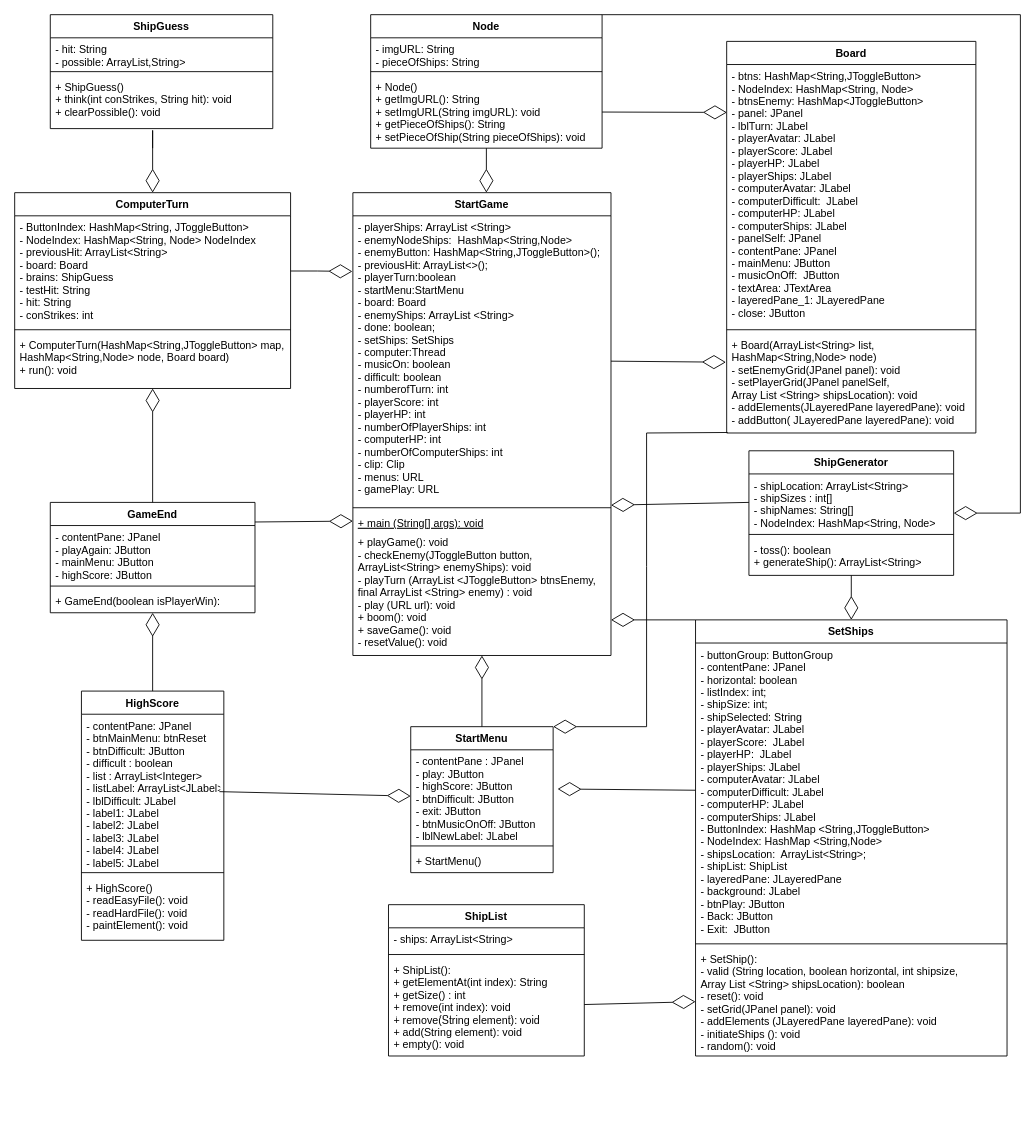
Earlier version of the draw.io diagram page "UML" (1 of 7) of Untitled Diagram.drawio (huytruengusi/Battleship-OOP). Source tidied: cells renumbered, new cells numbered last; positions are measured from the earlier drawing's top-left corner, leaving out a move shared by most shapes. Both pictures are drawn from the tidied source at 89%, with x=0, y=0 at pixel (14, 14).
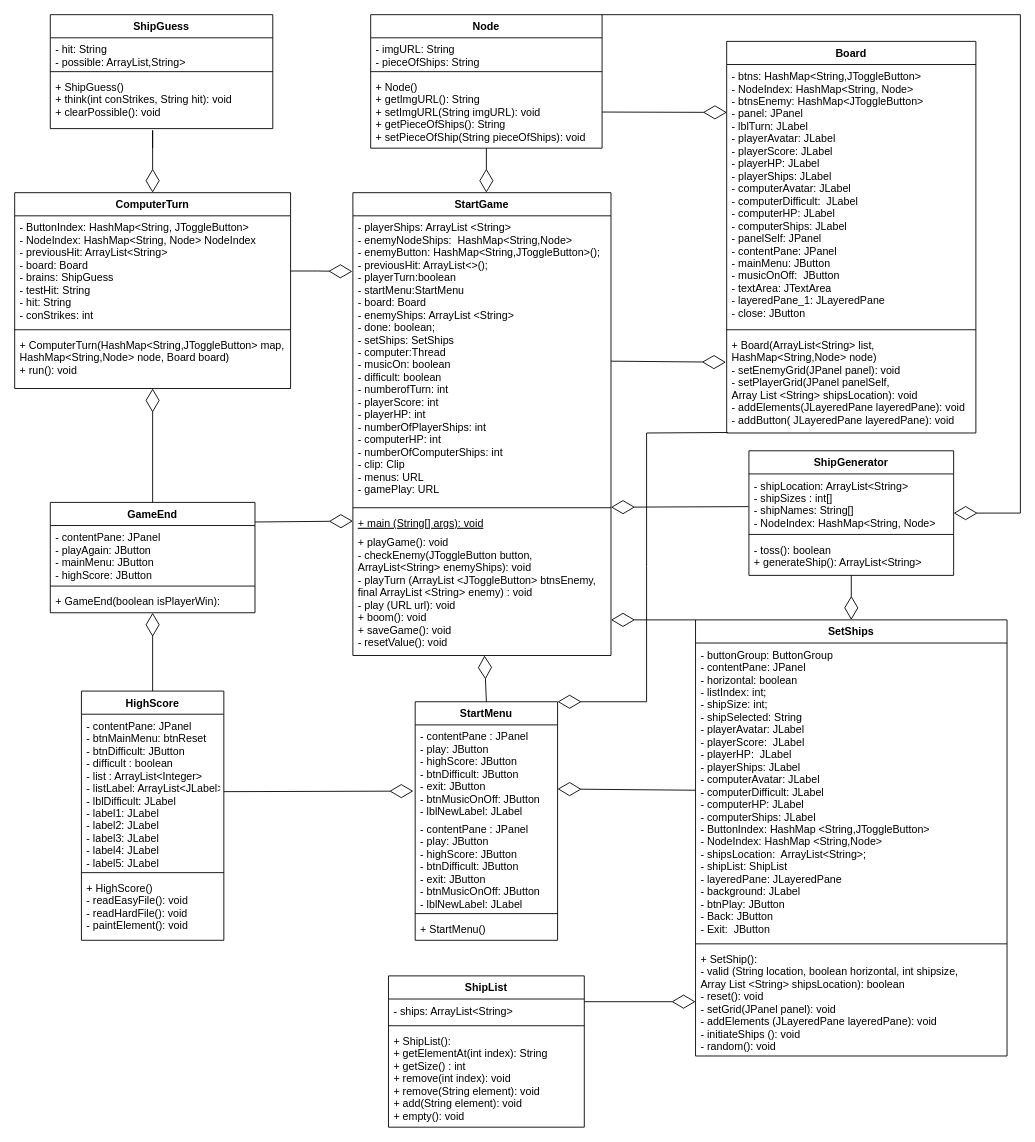
Above is the later version.

Unchanged cells that the change refers to:
```xml
<mxCell id="4" style="line;strokeWidth=1;fillColor=none;align=left;verticalAlign=middle;spacingTop=-1;spacingLeft=3;spacingRight=3;labelPosition=right;points=[];portConstraint=eastwest;" parent="2" vertex="1">
  <mxGeometry y="350" width="290" height="8" as="geometry" />
</mxCell>
<mxCell id="14" value="- contentPane: JPanel&#10;- btnMainMenu: btnReset&#10;- btnDifficult: JButton&#10;- difficult : boolean&#10;- list : ArrayList&lt;Integer&gt;&#10;- listLabel: ArrayList&lt;JLabel&gt;&#10;- lblDifficult: JLabel&#10;- label1: JLabel&#10;- label2: JLabel&#10;- label3: JLabel&#10;- label4: JLabel&#10;- label5: JLabel" style="text;strokeColor=none;fillColor=none;align=left;verticalAlign=top;spacingLeft=4;spacingRight=4;overflow=hidden;points=[[0,0.5],[1,0.5]];portConstraint=eastwest;" parent="13" vertex="1">
  <mxGeometry y="26" width="160" height="174" as="geometry" />
</mxCell>
<mxCell id="20" value="+ ShipList():&#10;+ getElementAt(int index): String&#10;+ getSize() : int&#10;+ remove(int index): void&#10;+ remove(String element): void&#10;+ add(String element): void&#10;+ empty(): void" style="text;strokeColor=none;fillColor=none;align=left;verticalAlign=top;spacingLeft=4;spacingRight=4;overflow=hidden;points=[[0,0.5],[1,0.5]];portConstraint=eastwest;" parent="17" vertex="1">
  <mxGeometry y="60" width="220" height="110" as="geometry" />
</mxCell>
<mxCell id="26" value="- shipLocation: ArrayList&lt;String&gt;&#10;- shipSizes : int[]&#10;- shipNames: String[]&#10;- NodeIndex: HashMap&lt;String, Node&gt;" style="text;strokeColor=none;fillColor=none;align=left;verticalAlign=top;spacingLeft=4;spacingRight=4;overflow=hidden;points=[[0,0.5],[1,0.5]];portConstraint=eastwest;" parent="25" vertex="1">
  <mxGeometry y="26" width="230" height="64" as="geometry" />
</mxCell>
<mxCell id="44" value="+ Board(ArrayList&lt;String&gt; list,&#10;HashMap&lt;String,Node&gt; node)&#10;- setEnemyGrid(JPanel panel): void&#10;- setPlayerGrid(JPanel panelSelf,&#10;Array List &lt;String&gt; shipsLocation): void&#10;- addElements(JLayeredPane layeredPane): void&#10;- addButton( JLayeredPane layeredPane): void" style="text;strokeColor=none;fillColor=none;align=left;verticalAlign=top;spacingLeft=4;spacingRight=4;overflow=hidden;points=[[0,0.5],[1,0.5]];portConstraint=eastwest;" parent="41" vertex="1">
  <mxGeometry y="328" width="280" height="112" as="geometry" />
</mxCell>
<mxCell id="50" value="+ SetShip():&#10;- valid (String location, boolean horizontal, int shipsize, &#10;Array List &lt;String&gt; shipsLocation): boolean&#10;- reset(): void&#10;- setGrid(JPanel panel): void&#10;- addElements (JLayeredPane layeredPane): void&#10;- initiateShips (): void&#10;- random(): void" style="text;strokeColor=none;fillColor=none;align=left;verticalAlign=top;spacingLeft=4;spacingRight=4;overflow=hidden;points=[[0,0.5],[1,0.5]];portConstraint=eastwest;" parent="47" vertex="1">
  <mxGeometry y="368" width="350" height="122" as="geometry" />
</mxCell>
```

Diff of the diagram source:
```diff
@@
     <mxCell id="7" value="StartMenu" style="swimlane;fontStyle=1;align=center;verticalAlign=top;horizontal=1;startSize=26;" parent="1" vertex="1">
-      <mxGeometry x="445" y="800" width="160" height="164" as="geometry" />
+      <mxGeometry x="450" y="772" width="160" height="268" as="geometry" />
     </mxCell>
+    <mxCell id="64" value="- contentPane : JPanel&#10;- play: JButton&#10;- highScore: JButton&#10;- btnDifficult: JButton&#10;- exit: JButton&#10;- btnMusicOnOff: JButton&#10;- lblNewLabel: JLabel" style="text;strokeColor=none;fillColor=none;align=left;verticalAlign=top;spacingLeft=4;spacingRight=4;overflow=hidden;points=[[0,0.5],[1,0.5]];portConstraint=eastwest;" parent="7" vertex="1">
+      <mxGeometry y="26" width="160" height="104" as="geometry" />
+    </mxCell>
     <mxCell id="8" value="- contentPane : JPanel&#10;- play: JButton&#10;- highScore: JButton&#10;- btnDifficult: JButton&#10;- exit: JButton&#10;- btnMusicOnOff: JButton&#10;- lblNewLabel: JLabel" style="text;strokeColor=none;fillColor=none;align=left;verticalAlign=top;spacingLeft=4;spacingRight=4;overflow=hidden;points=[[0,0.5],[1,0.5]];portConstraint=eastwest;" parent="7" vertex="1">
-      <mxGeometry y="26" width="160" height="104" as="geometry" />
+      <mxGeometry y="130" width="160" height="104" as="geometry" />
     </mxCell>
     <mxCell id="9" style="line;strokeWidth=1;fillColor=none;align=left;verticalAlign=middle;spacingTop=-1;spacingLeft=3;spacingRight=3;labelPosition=right;" parent="7" vertex="1">
-      <mxGeometry y="130" width="160" height="8" as="geometry" />
+      <mxGeometry y="234" width="160" height="8" as="geometry" />
     </mxCell>
     <mxCell id="10" value="+ StartMenu()" style="text;strokeColor=none;fillColor=none;align=left;verticalAlign=top;spacingLeft=4;spacingRight=4;overflow=hidden;" parent="7" vertex="1">
-      <mxGeometry y="138" width="160" height="26" as="geometry" />
+      <mxGeometry y="242" width="160" height="26" as="geometry" />
     </mxCell>
@@
-    <mxCell id="12" style="endArrow=diamondThin;endFill=0;endSize=24;html=1;rounded=0;entryX=0;entryY=0.5;entryDx=0;entryDy=0;" parent="1" edge="1" target="8">
-      <mxGeometry relative="1" as="geometry">
-        <mxPoint x="230" y="873" as="sourcePoint" />
-      </mxGeometry>
+    <mxCell id="12" style="endArrow=diamondThin;endFill=0;endSize=24;html=1;rounded=0;exitX=1;exitY=0.5;exitDx=0;exitDy=0;entryX=-0.013;entryY=0.715;entryDx=0;entryDy=0;entryPerimeter=0;" parent="1" edge="1" source="14" target="64">
+      <mxGeometry relative="1" as="geometry" />
     </mxCell>
@@
     <mxCell id="17" value="ShipList" style="swimlane;fontStyle=1;align=center;verticalAlign=top;horizontal=1;startSize=26;" parent="1" vertex="1">
-      <mxGeometry x="420" y="1000" width="220" height="170" as="geometry" />
+      <mxGeometry x="420" y="1080" width="220" height="170" as="geometry" />
     </mxCell>
@@
-    <mxCell id="54" style="endArrow=diamondThin;endFill=0;endSize=24;html=1;rounded=0;entryX=0;entryY=0.5;entryDx=0;entryDy=0;" parent="1" edge="1" source="20" target="50">
-      <mxGeometry relative="1" as="geometry" />
+    <mxCell id="54" style="endArrow=diamondThin;endFill=0;endSize=24;html=1;rounded=0;entryX=0;entryY=0.5;entryDx=0;entryDy=0;" parent="1" edge="1" target="50">
+      <mxGeometry relative="1" as="geometry">
+        <mxPoint x="640" y="1109" as="sourcePoint" />
+      </mxGeometry>
     </mxCell>
@@
-    <mxCell id="56" style="endArrow=diamondThin;endFill=0;endSize=24;html=1;rounded=0;exitX=0;exitY=0.5;exitDx=0;exitDy=0;" parent="1" edge="1" source="26" target="4">
+    <mxCell id="56" style="endArrow=diamondThin;endFill=0;endSize=24;html=1;rounded=0;exitX=-0.002;exitY=0.574;exitDx=0;exitDy=0;exitPerimeter=0;" parent="1" edge="1" source="26" target="4">
       <mxGeometry relative="1" as="geometry" />
     </mxCell>
@@
     <mxCell id="61" style="endArrow=diamondThin;endFill=0;endSize=24;html=1;rounded=0;entryX=1;entryY=0;entryDx=0;entryDy=0;exitX=0.004;exitY=0.995;exitDx=0;exitDy=0;exitPerimeter=0;" parent="1" edge="1" source="44" target="7">
       <mxGeometry relative="1" as="geometry">
         <Array as="points">
           <mxPoint x="710" y="470" />
           <mxPoint x="710" y="620" />
-          <mxPoint x="710" y="800" />
+          <mxPoint x="710" y="772" />
         </Array>
       </mxGeometry>
     </mxCell>
```
